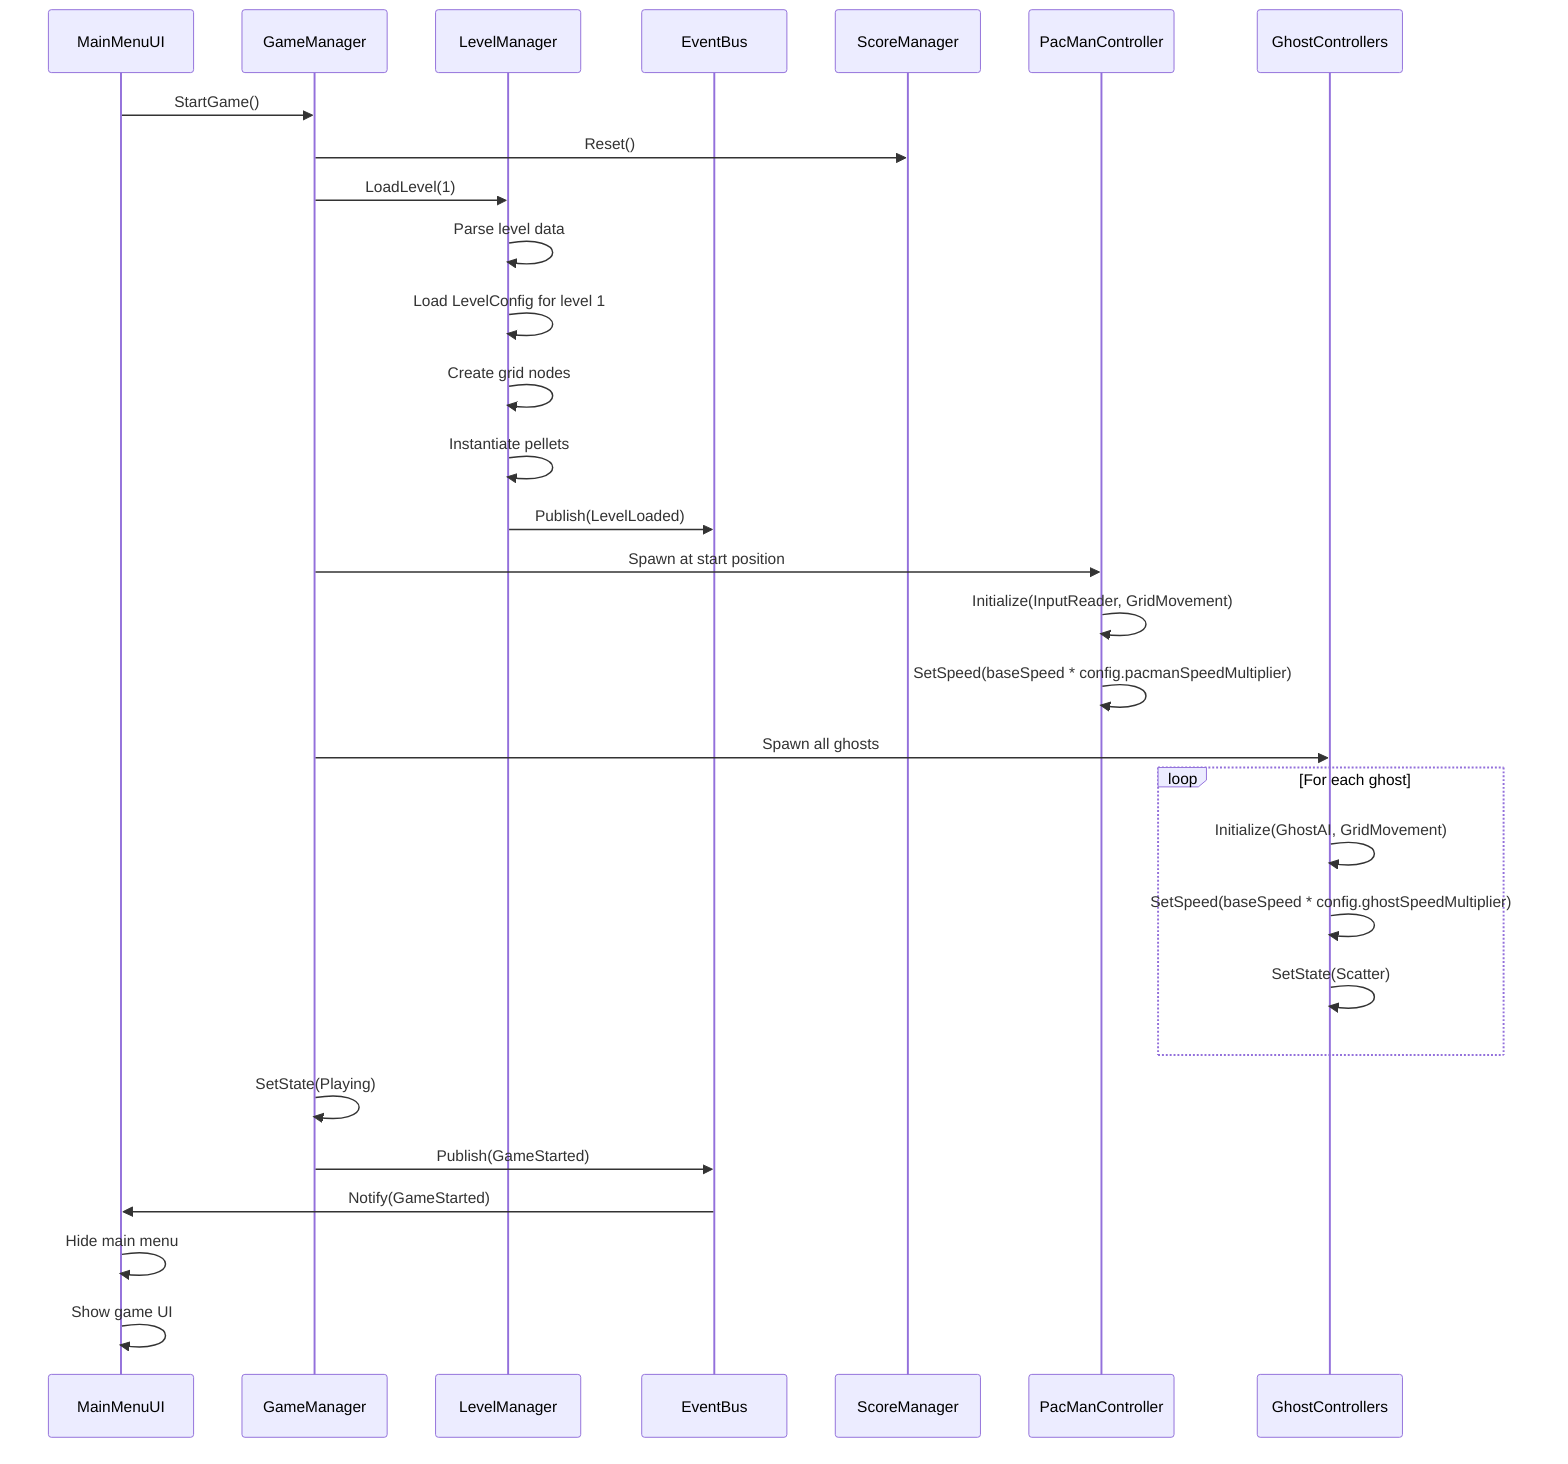
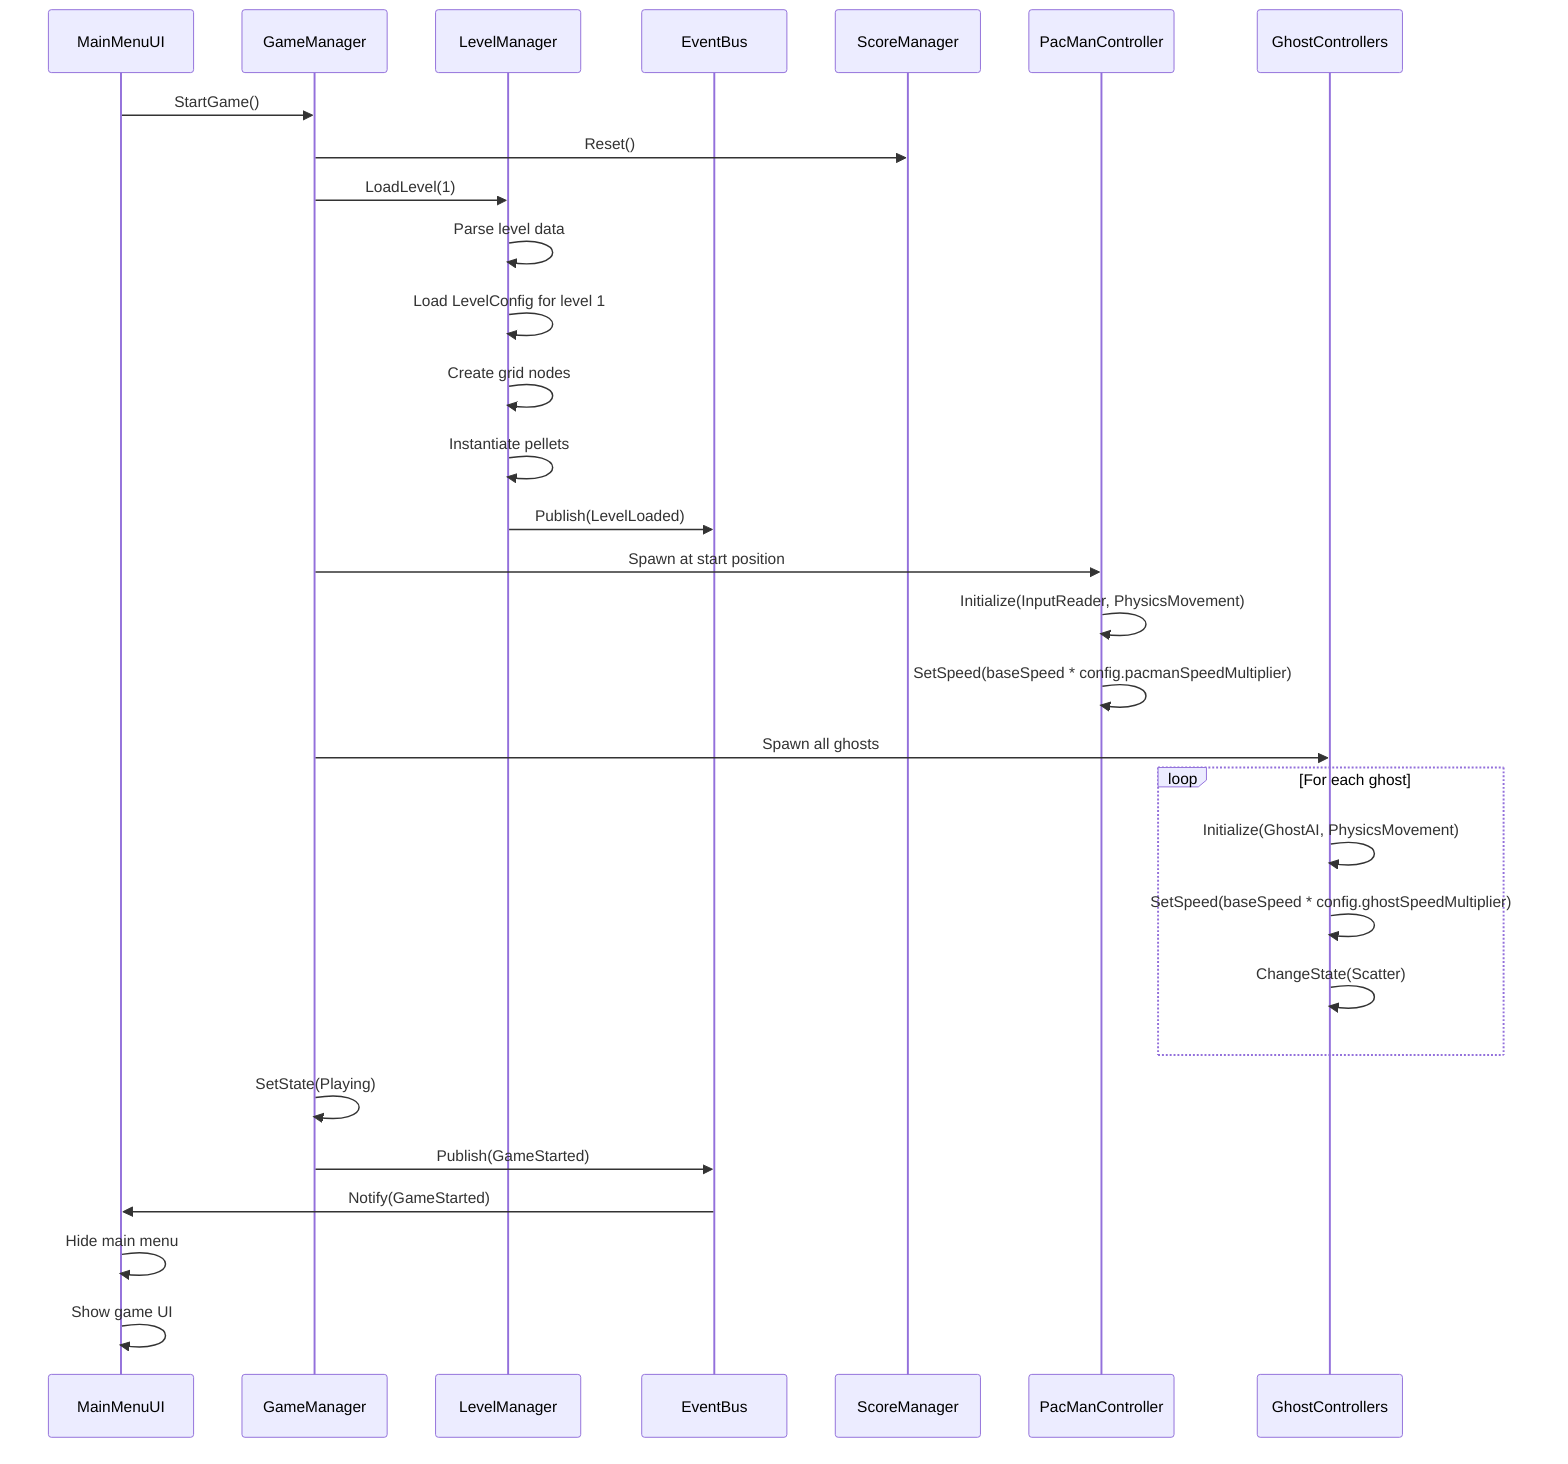
sequenceDiagram
    participant UI as MainMenuUI
    participant GM as GameManager
    participant LM as LevelManager
    participant EB as EventBus
    participant SM as ScoreManager
    participant Pac as PacManController
    participant Ghosts as GhostControllers

    UI->>GM: StartGame()
    GM->>SM: Reset()
    GM->>LM: LoadLevel(1)
    LM->>LM: Parse level data
    LM->>LM: Load LevelConfig for level 1
    LM->>LM: Create grid nodes
    LM->>LM: Instantiate pellets
    LM->>EB: Publish(LevelLoaded)

    GM->>Pac: Spawn at start position
-     Pac->>Pac: Initialize(InputReader, GridMovement)
+     Pac->>Pac: Initialize(InputReader, PhysicsMovement)
    Pac->>Pac: SetSpeed(baseSpeed * config.pacmanSpeedMultiplier)

    GM->>Ghosts: Spawn all ghosts
    loop For each ghost
-         Ghosts->>Ghosts: Initialize(GhostAI, GridMovement)
+         Ghosts->>Ghosts: Initialize(GhostAI, PhysicsMovement)
        Ghosts->>Ghosts: SetSpeed(baseSpeed * config.ghostSpeedMultiplier)
-         Ghosts->>Ghosts: SetState(Scatter)
+         Ghosts->>Ghosts: ChangeState(Scatter)
    end

    GM->>GM: SetState(Playing)
    GM->>EB: Publish(GameStarted)
    EB->>UI: Notify(GameStarted)
    UI->>UI: Hide main menu
    UI->>UI: Show game UI
